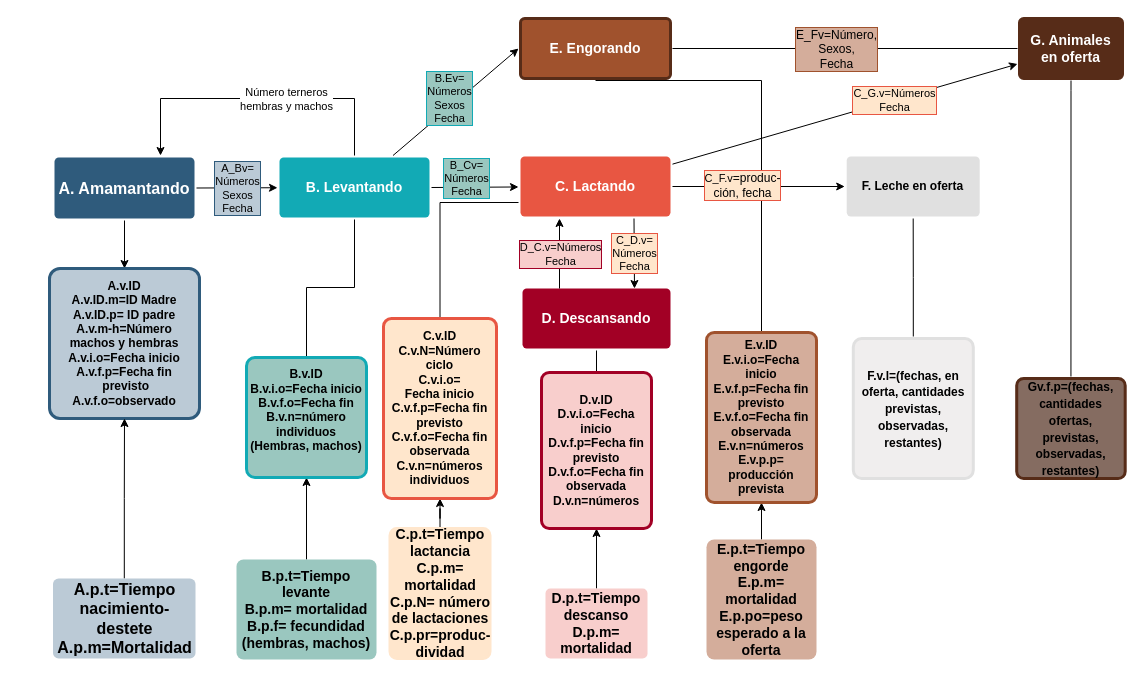
Before: CiclosBovinos.drawio in stdupas/app.agromaker, a draw.io diagram. Source tidied: cells renumbered, new cells numbered last; positions are measured from the earlier drawing's top-left corner, leaving out a move shared by most shapes. Both pictures are drawn from the tidied source at 100%, with x=0, y=0 at pixel (49, 18).
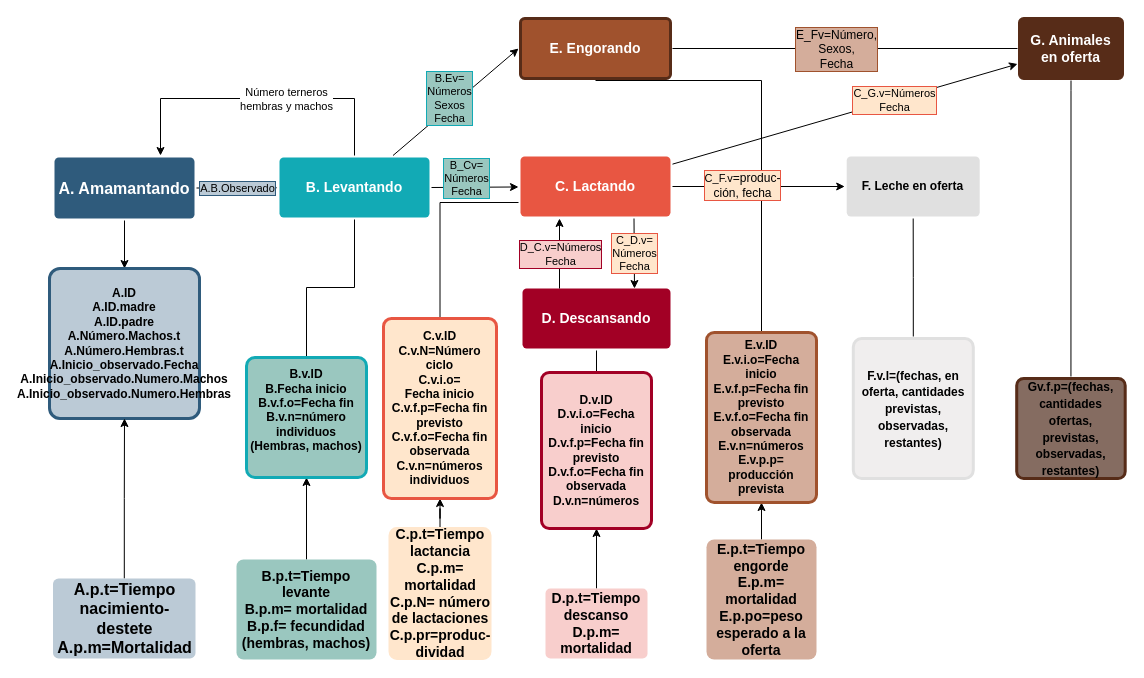
The same diagram, later.

The change refers to these unchanged cells:
```xml
<mxCell id="30" style="endArrow=classic;html=1;rounded=0;exitX=1;exitY=0.5;exitDx=0;exitDy=0;" parent="1" edge="1" source="3" target="13">
  <mxGeometry relative="1" as="geometry" />
</mxCell>
```

The edit, as a diff of the source:
```diff
@@
-    <mxCell id="15" value="&lt;div style=&quot;font-size: 12px;&quot;&gt;A.v.ID&lt;/div&gt;&lt;div style=&quot;font-size: 12px;&quot;&gt;A.v.ID.m=ID Madre&lt;br style=&quot;font-size: 12px;&quot;&gt;&lt;/div&gt;&lt;div style=&quot;font-size: 12px;&quot;&gt;A.v.ID.p= ID padre&lt;/div&gt;&lt;div style=&quot;font-size: 12px;&quot;&gt;A.v.m-h=Número machos y hembras&lt;/div&gt;&lt;div style=&quot;font-size: 12px;&quot;&gt;A.v.i.o=Fecha inicio&lt;/div&gt;&lt;div style=&quot;font-size: 12px;&quot;&gt;A.v.f.p=Fecha fin&lt;br style=&quot;font-size: 12px;&quot;&gt;&lt;/div&gt;&lt;div style=&quot;font-size: 12px;&quot;&gt;&amp;nbsp;previsto&lt;/div&gt;&lt;div style=&quot;font-size: 12px;&quot;&gt;A.v.f.o=observado&lt;br style=&quot;font-size: 12px;&quot;&gt;&lt;/div&gt;" style="rounded=1;whiteSpace=wrap;html=1;fontSize=12;fillColor=#BBCAD6;strokeColor=#2F5B7C;fontColor=#000000;shadow=0;labelBackgroundColor=none;strokeWidth=3;fontStyle=1;spacing=5;arcSize=7;" parent="1" vertex="1">
+    <mxCell id="15" value="&lt;div style=&quot;font-size: 12px;&quot;&gt;A.ID&lt;/div&gt;&lt;div style=&quot;font-size: 12px;&quot;&gt;A.ID.madre&lt;br style=&quot;font-size: 12px;&quot;&gt;&lt;/div&gt;&lt;div style=&quot;font-size: 12px;&quot;&gt;A.ID.padre&lt;/div&gt;&lt;div style=&quot;font-size: 12px;&quot;&gt;A.Número.Machos.t A.Número.Hembras.t A.Inicio_observado.Fecha&lt;/div&gt;&lt;div&gt;A.Inicio_observado.Numero.Machos A.Inicio_observado.Numero.Hembras&lt;/div&gt;" style="rounded=1;whiteSpace=wrap;html=1;fontSize=12;fillColor=#BBCAD6;strokeColor=#2F5B7C;fontColor=#000000;shadow=0;labelBackgroundColor=none;strokeWidth=3;fontStyle=1;spacing=5;arcSize=7;" parent="1" vertex="1">
       <mxGeometry y="250" width="150" height="150" as="geometry" />
     </mxCell>
@@
-    <mxCell id="27" value="&lt;div style=&quot;font-size: 12px;&quot;&gt;B.v.ID&lt;br style=&quot;font-size: 12px;&quot;&gt;&lt;/div&gt;&lt;div style=&quot;font-size: 12px;&quot;&gt;B.v.i.o=Fecha inicio&lt;/div&gt;&lt;div style=&quot;font-size: 12px;&quot;&gt;B.v.f.o=Fecha fin&lt;/div&gt;&lt;div style=&quot;font-size: 12px;&quot;&gt;B.v.n=número individuos (Hembras, machos)&lt;br style=&quot;font-size: 12px;&quot;&gt;&lt;/div&gt;&lt;div style=&quot;font-size: 12px;&quot;&gt;&lt;br style=&quot;font-size: 12px;&quot;&gt;&lt;/div&gt;" style="rounded=1;whiteSpace=wrap;html=1;fontSize=12;fillColor=#9AC7BF;strokeColor=#12AAB5;fontColor=#000000;shadow=0;labelBackgroundColor=none;strokeWidth=3;fontStyle=1;spacing=5;arcSize=7;" parent="1" vertex="1">
+    <mxCell id="27" value="&lt;div style=&quot;font-size: 12px;&quot;&gt;B.v.ID&lt;br style=&quot;font-size: 12px;&quot;&gt;&lt;/div&gt;&lt;div style=&quot;font-size: 12px;&quot;&gt;B.Fecha inicio&lt;/div&gt;&lt;div style=&quot;font-size: 12px;&quot;&gt;B.v.f.o=Fecha fin&lt;/div&gt;&lt;div style=&quot;font-size: 12px;&quot;&gt;B.v.n=número individuos (Hembras, machos)&lt;br style=&quot;font-size: 12px;&quot;&gt;&lt;/div&gt;&lt;div style=&quot;font-size: 12px;&quot;&gt;&lt;br style=&quot;font-size: 12px;&quot;&gt;&lt;/div&gt;" style="rounded=1;whiteSpace=wrap;html=1;fontSize=12;fillColor=#9AC7BF;strokeColor=#12AAB5;fontColor=#000000;shadow=0;labelBackgroundColor=none;strokeWidth=3;fontStyle=1;spacing=5;arcSize=7;" parent="1" vertex="1">
       <mxGeometry x="197" y="339" width="120" height="120" as="geometry" />
     </mxCell>
@@
-    <mxCell id="31" value="&lt;div&gt;A_Bv=&lt;/div&gt;&lt;div&gt;Números&lt;/div&gt;&lt;div&gt;Sexos&lt;br&gt;&lt;/div&gt;&lt;div&gt;Fecha&lt;br&gt;&lt;/div&gt;" style="edgeLabel;html=1;align=center;verticalAlign=middle;labelBorderColor=#2F5B7C;labelBackgroundColor=#BBCAD6;" parent="30" vertex="1">
+    <mxCell id="31" value="A.B.Observado" style="edgeLabel;html=1;align=center;verticalAlign=middle;labelBorderColor=#2F5B7C;labelBackgroundColor=#BBCAD6;" parent="30" vertex="1">
       <mxGeometry relative="1" as="geometry" />
     </mxCell>
```
